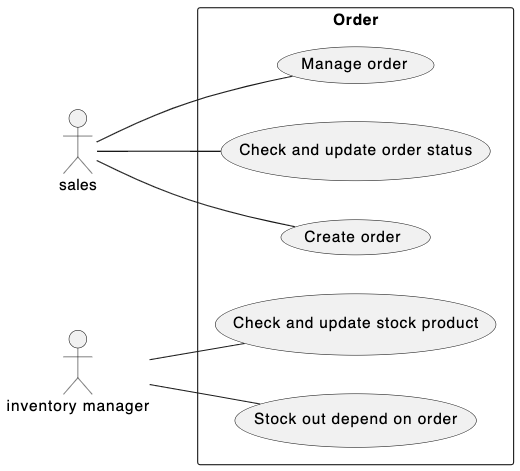
This is use-cases/order.png from phihungha/scmss-reqs, a PlantUML export, as it was before one commit. Its source is kept beside it as use-cases/Order.plantuml.
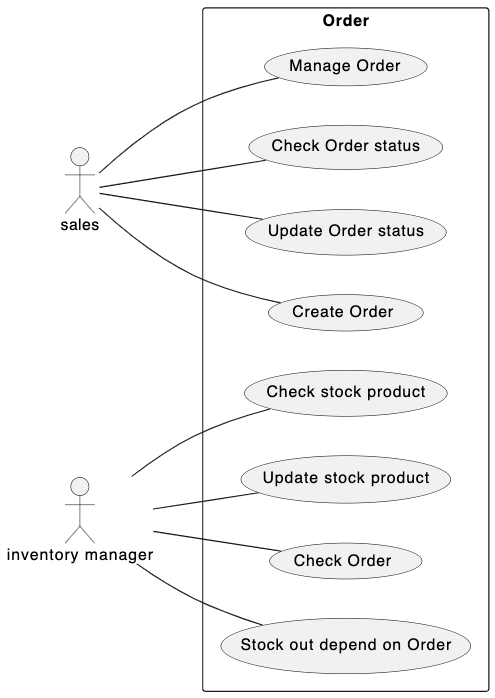
Above is the later version.

What changed in the source:
```diff
@@ -10,17 +10,22 @@
 
 
 rectangle Order {
-  usecase "Manage order" as UC0
-  usecase "Check and update order status" as UC10
-  usecase "Create order" as UC1
-  usecase "Check and update stock product" as UC4
-  usecase "Check order" as UC5
-  usecase "Stock out depend on order" as UC5
+  usecase "Manage Order" as UC0
+  usecase "Check Order status" as UC1
+  usecase "Update Order status" as UC2
+  usecase "Create Order" as UC3
+  usecase "Check stock product" as UC4
+  usecase "Update stock product" as UC5
+  usecase "Check Order" as UC6
+  usecase "Stock out depend on Order" as UC7
   }
 
 sales -- UC0
-sales -- UC10
 sales -- UC1
+sales -- UC2
+sales -- UC3
+im -- UC4
 im -- UC5
-im -- UC4
+im -- UC6
+im -- UC7
 @enduml
```
